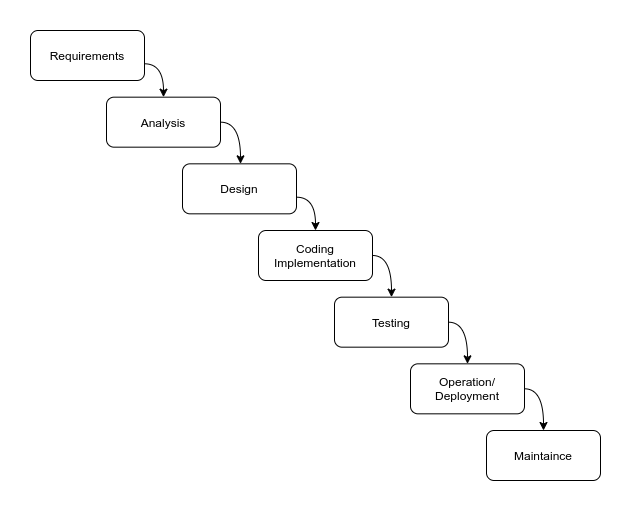
onensensy/Diet-and-nutrition-management-system-Documentation keeps this draw.io diagram as Images/waterfallv2.png. Above is the earlier version. Source tidied: cells renumbered, new cells last; positions are measured from the earlier drawing's top-left corner, leaving out a move shared by most shapes.
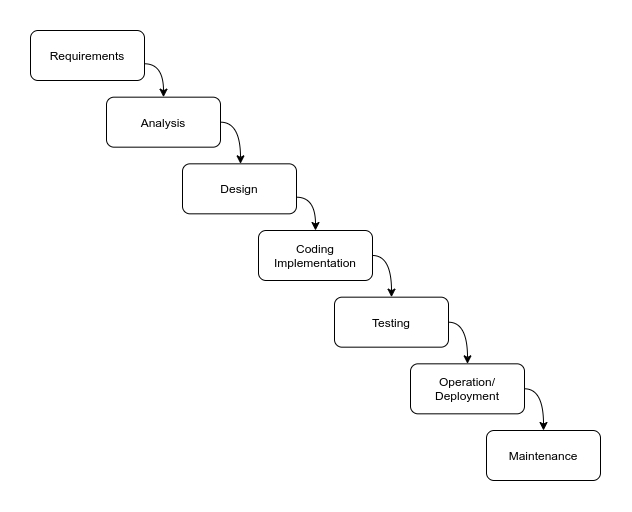
After the commit.

Diff of the diagram source:
```diff
@@ -58,7 +58,7 @@
         </Array>
       </mxGeometry>
     </mxCell>
-    <mxCell id="14" value="Maintaince" style="rounded=1;whiteSpace=wrap;html=1;" parent="2" vertex="1">
+    <mxCell id="14" value="Maintenance" style="rounded=1;whiteSpace=wrap;html=1;" parent="2" vertex="1">
       <mxGeometry x="456" y="400" width="114" height="50" as="geometry" />
     </mxCell>
     <mxCell id="15" style="edgeStyle=orthogonalEdgeStyle;curved=1;rounded=0;jettySize=auto;html=1;" parent="2" edge="1" source="12" target="14">
```
